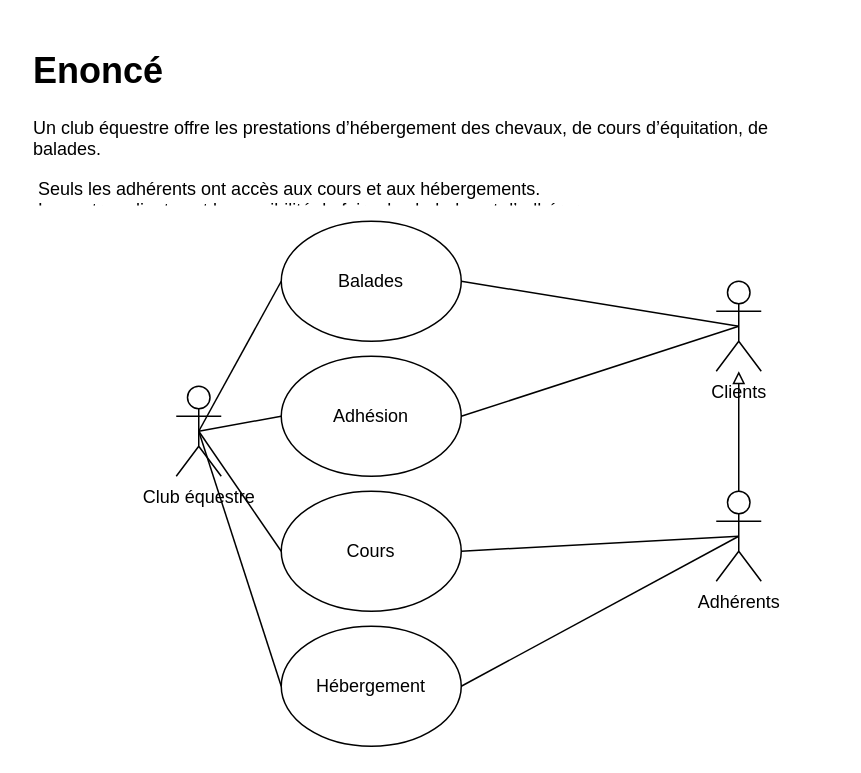
This is exo01.drawio from valentin-cochin/cda-uml-exos, a draw.io file, before an edit. Source tidied: cells renumbered, new cells numbered last; positions are measured from the earlier drawing's top-left corner, leaving out a move shared by most shapes. Both pictures are drawn from the tidied source at 150%, with x=0, y=0 at pixel (26, 40).
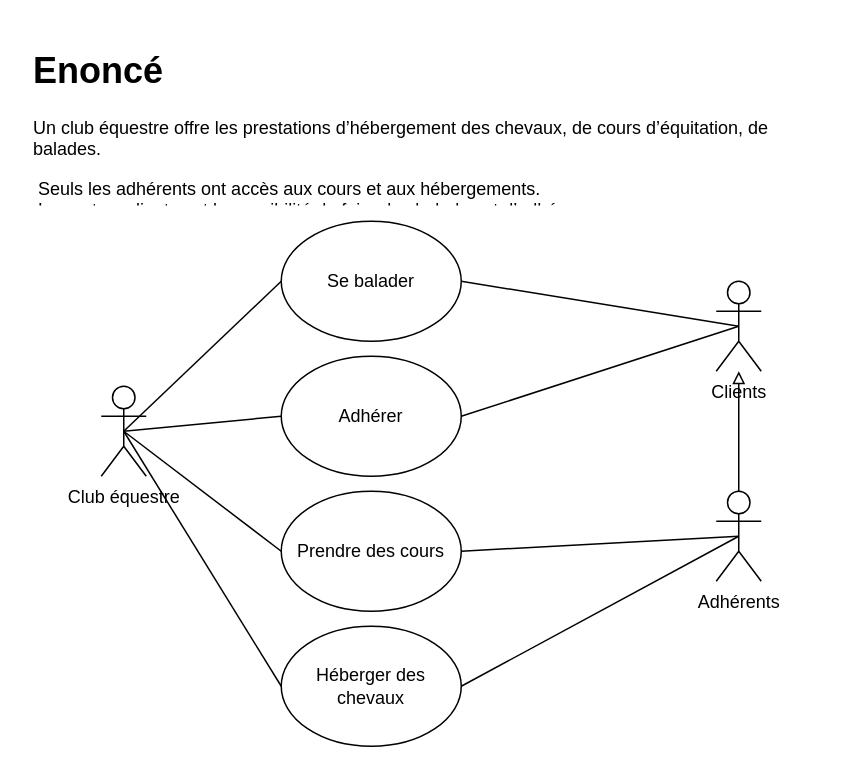
After the change.

What changed in the source:
```diff
@@
     <mxCell id="2" value="Club équestre" style="shape=umlActor;verticalLabelPosition=bottom;verticalAlign=top;html=1;outlineConnect=0;" parent="1" vertex="1">
-      <mxGeometry x="100" y="230" width="30" height="60" as="geometry" />
+      <mxGeometry x="50" y="230" width="30" height="60" as="geometry" />
     </mxCell>
@@
-    <mxCell id="4" value="&lt;div align=&quot;center&quot;&gt;Cours&lt;/div&gt;" style="ellipse;whiteSpace=wrap;html=1;verticalAlign=middle;align=center;" parent="1" vertex="1">
+    <mxCell id="4" value="&lt;div align=&quot;center&quot;&gt;Prendre des cours&lt;/div&gt;" style="ellipse;whiteSpace=wrap;html=1;verticalAlign=middle;align=center;" parent="1" vertex="1">
       <mxGeometry x="170" y="300" width="120" height="80" as="geometry" />
     </mxCell>
@@
-    <mxCell id="9" value="Hébergement" style="ellipse;whiteSpace=wrap;html=1;verticalAlign=middle;align=center;" parent="1" vertex="1">
+    <mxCell id="9" value="Héberger des &lt;br&gt;chevaux" style="ellipse;whiteSpace=wrap;html=1;verticalAlign=middle;align=center;" parent="1" vertex="1">
       <mxGeometry x="170" y="390" width="120" height="80" as="geometry" />
     </mxCell>
-    <mxCell id="10" style="endArrow=none;html=1;exitX=0.5;exitY=0.5;exitDx=0;exitDy=0;exitPerimeter=0;entryX=0;entryY=0.5;entryDx=0;entryDy=0;" parent="1" edge="1" target="9">
-      <mxGeometry relative="1" as="geometry">
-        <mxPoint x="115" y="260" as="sourcePoint" />
-      </mxGeometry>
+    <mxCell id="10" style="endArrow=none;html=1;entryX=0;entryY=0.5;entryDx=0;entryDy=0;exitX=0.5;exitY=0.5;exitDx=0;exitDy=0;exitPerimeter=0;" parent="1" edge="1" source="2" target="9">
+      <mxGeometry relative="1" as="geometry" />
     </mxCell>
-    <mxCell id="11" value="Adhésion" style="ellipse;whiteSpace=wrap;html=1;verticalAlign=middle;align=center;" parent="1" vertex="1">
+    <mxCell id="11" value="Adhérer" style="ellipse;whiteSpace=wrap;html=1;verticalAlign=middle;align=center;" parent="1" vertex="1">
       <mxGeometry x="170" y="210" width="120" height="80" as="geometry" />
     </mxCell>
-    <mxCell id="12" style="endArrow=none;html=1;exitX=0.5;exitY=0.5;exitDx=0;exitDy=0;exitPerimeter=0;entryX=0;entryY=0.5;entryDx=0;entryDy=0;" parent="1" edge="1" target="11">
-      <mxGeometry relative="1" as="geometry">
-        <mxPoint x="115" y="260" as="sourcePoint" />
-      </mxGeometry>
+    <mxCell id="12" style="endArrow=none;html=1;exitX=0.5;exitY=0.5;exitDx=0;exitDy=0;exitPerimeter=0;entryX=0;entryY=0.5;entryDx=0;entryDy=0;" parent="1" edge="1" source="2" target="11">
+      <mxGeometry relative="1" as="geometry" />
     </mxCell>
-    <mxCell id="13" value="Balades" style="ellipse;whiteSpace=wrap;html=1;verticalAlign=middle;align=center;" parent="1" vertex="1">
+    <mxCell id="13" value="Se balader" style="ellipse;whiteSpace=wrap;html=1;verticalAlign=middle;align=center;" parent="1" vertex="1">
       <mxGeometry x="170" y="120" width="120" height="80" as="geometry" />
     </mxCell>
-    <mxCell id="14" style="endArrow=none;html=1;exitX=0.5;exitY=0.5;exitDx=0;exitDy=0;exitPerimeter=0;entryX=0;entryY=0.5;entryDx=0;entryDy=0;" parent="1" edge="1" target="13">
-      <mxGeometry relative="1" as="geometry">
-        <mxPoint x="115" y="260" as="sourcePoint" />
-      </mxGeometry>
+    <mxCell id="14" style="endArrow=none;html=1;exitX=0.5;exitY=0.5;exitDx=0;exitDy=0;exitPerimeter=0;entryX=0;entryY=0.5;entryDx=0;entryDy=0;" parent="1" edge="1" source="2" target="13">
+      <mxGeometry relative="1" as="geometry" />
     </mxCell>
```
